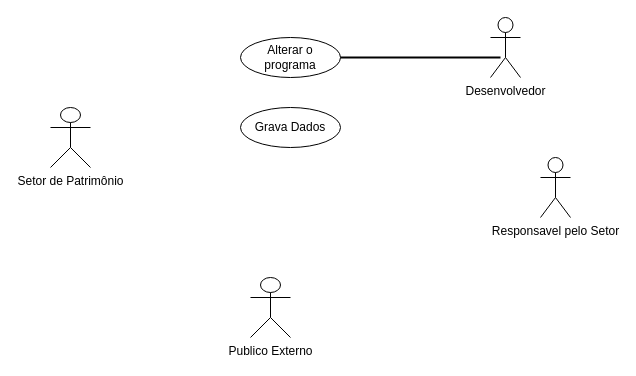
This is Diagrama sem nome.drawio from R2nin/Sgp, a draw.io file, before an edit. Source tidied: cells renumbered, new cells numbered last; positions are measured from the earlier drawing's top-left corner, leaving out a move shared by most shapes. Both pictures are drawn from the tidied source at 100%, with x=0, y=0 at pixel (50, 17).
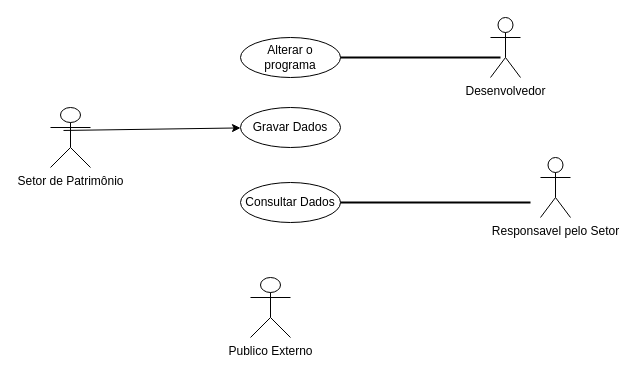
After the change.

What changed in the source:
```diff
@@
 <mxGraphModel>
   <root>
     <mxCell id="0" />
     <mxCell id="1" parent="0" />
     <mxCell id="2" value="Desenvolvedor" style="shape=umlActor;verticalLabelPosition=bottom;verticalAlign=top;html=1;" parent="1" vertex="1">
       <mxGeometry x="440" width="30" height="60" as="geometry" />
     </mxCell>
     <mxCell id="3" value="Responsavel pelo Setor" style="shape=umlActor;verticalLabelPosition=bottom;verticalAlign=top;html=1;" parent="1" vertex="1">
       <mxGeometry x="490" y="140" width="30" height="60" as="geometry" />
     </mxCell>
+    <mxCell id="9" style="edgeStyle=none;rounded=0;jettySize=auto;html=1;exitX=0.325;exitY=0.383;exitDx=0;exitDy=0;exitPerimeter=0;" parent="1" edge="1" source="4" target="8">
+      <mxGeometry relative="1" as="geometry" />
+    </mxCell>
     <mxCell id="4" value="Setor de Patrimônio" style="shape=umlActor;verticalLabelPosition=bottom;verticalAlign=top;html=1;" parent="1" vertex="1">
       <mxGeometry y="90" width="40" height="60" as="geometry" />
     </mxCell>
     <mxCell id="5" value="Publico Externo" style="shape=umlActor;verticalLabelPosition=bottom;verticalAlign=top;html=1;" parent="1" vertex="1">
       <mxGeometry x="200" y="260" width="40" height="60" as="geometry" />
     </mxCell>
     <mxCell id="6" value="Alterar o programa" style="ellipse;whiteSpace=wrap;html=1;align=center;newEdgeStyle={&quot;edgeStyle&quot;:&quot;entityRelationEdgeStyle&quot;,&quot;startArrow&quot;:&quot;none&quot;,&quot;endArrow&quot;:&quot;none&quot;,&quot;segment&quot;:10,&quot;curved&quot;:1,&quot;sourcePerimeterSpacing&quot;:0,&quot;targetPerimeterSpacing&quot;:0};" parent="1" vertex="1">
       <mxGeometry x="190" y="20" width="100" height="40" as="geometry" />
     </mxCell>
     <mxCell id="7" style="line;strokeWidth=2;html=1;" parent="1" vertex="1">
       <mxGeometry x="290" y="35" width="160" height="10" as="geometry" />
     </mxCell>
-    <mxCell id="8" value="Grava Dados" style="ellipse;whiteSpace=wrap;html=1;align=center;newEdgeStyle={&quot;edgeStyle&quot;:&quot;entityRelationEdgeStyle&quot;,&quot;startArrow&quot;:&quot;none&quot;,&quot;endArrow&quot;:&quot;none&quot;,&quot;segment&quot;:10,&quot;curved&quot;:1,&quot;sourcePerimeterSpacing&quot;:0,&quot;targetPerimeterSpacing&quot;:0};" parent="1" vertex="1">
+    <mxCell id="8" value="Gravar Dados" style="ellipse;whiteSpace=wrap;html=1;align=center;newEdgeStyle={&quot;edgeStyle&quot;:&quot;entityRelationEdgeStyle&quot;,&quot;startArrow&quot;:&quot;none&quot;,&quot;endArrow&quot;:&quot;none&quot;,&quot;segment&quot;:10,&quot;curved&quot;:1,&quot;sourcePerimeterSpacing&quot;:0,&quot;targetPerimeterSpacing&quot;:0};" parent="1" vertex="1">
       <mxGeometry x="190" y="90" width="100" height="40" as="geometry" />
     </mxCell>
+    <mxCell id="10" value="Consultar Dados" style="ellipse;whiteSpace=wrap;html=1;align=center;newEdgeStyle={&quot;edgeStyle&quot;:&quot;entityRelationEdgeStyle&quot;,&quot;startArrow&quot;:&quot;none&quot;,&quot;endArrow&quot;:&quot;none&quot;,&quot;segment&quot;:10,&quot;curved&quot;:1,&quot;sourcePerimeterSpacing&quot;:0,&quot;targetPerimeterSpacing&quot;:0};" parent="1" vertex="1">
+      <mxGeometry x="190" y="165" width="100" height="40" as="geometry" />
+    </mxCell>
+    <mxCell id="11" style="line;strokeWidth=2;html=1;" parent="1" vertex="1">
+      <mxGeometry x="290" y="180" width="190" height="10" as="geometry" />
+    </mxCell>
   </root>
 </mxGraphModel>
```
